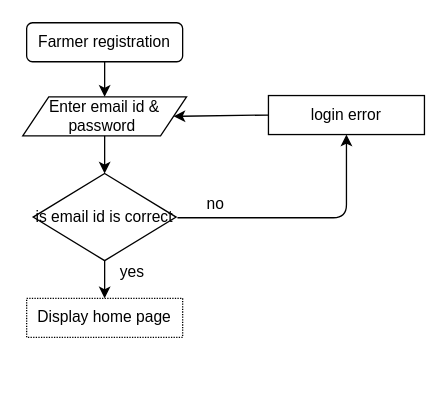
parth5757/8_number_puzzle keeps this draw.io diagram as Untitled Diagram.drawio. Above is the earlier version. Source tidied: cells renumbered, new cells numbered last; positions are measured from the earlier drawing's top-left corner, leaving out a move shared by most shapes. Both pictures are drawn from the tidied source at 130%, with x=0, y=0 at pixel (22, 22).
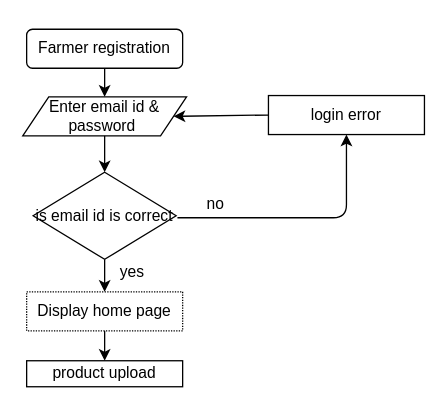
After the change.

Change to the diagram source:
```diff
@@
 <mxGraphModel>
   <root>
     <mxCell id="0" />
     <mxCell id="1" parent="0" />
     <mxCell id="2" value="Farmer registration" style="rounded=1;whiteSpace=wrap;html=1;fontSize=12;glass=0;strokeWidth=1;shadow=0;" parent="1" vertex="1">
-      <mxGeometry x="3" width="120" height="30" as="geometry" />
+      <mxGeometry x="3" y="5" width="120" height="30" as="geometry" />
     </mxCell>
     <mxCell id="3" value="&lt;span&gt;Enter email id &amp;amp; password&amp;nbsp;&lt;/span&gt;" style="shape=parallelogram;perimeter=parallelogramPerimeter;whiteSpace=wrap;html=1;fixedSize=1;" parent="1" vertex="1">
       <mxGeometry y="57" width="126" height="30" as="geometry" />
     </mxCell>
     <mxCell id="4" style="edgeStyle=orthogonalEdgeStyle;rounded=0;orthogonalLoop=1;jettySize=auto;html=1;exitX=0.5;exitY=1;exitDx=0;exitDy=0;" parent="1" edge="1" source="3" target="3">
       <mxGeometry relative="1" as="geometry" />
     </mxCell>
     <mxCell id="5" style="edgeStyle=orthogonalEdgeStyle;rounded=0;jettySize=auto;html=1;exitX=0.5;exitY=1;exitDx=0;exitDy=0;entryX=0.5;entryY=0;entryDx=0;entryDy=0;" parent="1" edge="1" source="8" target="6">
       <mxGeometry relative="1" as="geometry" />
     </mxCell>
     <mxCell id="6" value="Display home page" style="rounded=0;whiteSpace=wrap;html=1;dashed=1;dashPattern=1 1;" parent="1" vertex="1">
-      <mxGeometry x="3" y="212" width="120" height="30" as="geometry" />
+      <mxGeometry x="3" y="207" width="120" height="30" as="geometry" />
     </mxCell>
     <mxCell id="7" style="endArrow=classic;html=1;exitX=0.5;exitY=1;exitDx=0;exitDy=0;entryX=0.5;entryY=0;entryDx=0;entryDy=0;" parent="1" edge="1" source="3" target="8">
       <mxGeometry relative="1" as="geometry" />
     </mxCell>
     <mxCell id="8" value="is email id is correct" style="rhombus;whiteSpace=wrap;html=1;" parent="1" vertex="1">
-      <mxGeometry x="8" y="116" width="110" height="67" as="geometry" />
+      <mxGeometry x="8" y="115" width="110" height="67" as="geometry" />
     </mxCell>
     <mxCell id="9" style="endArrow=classic;html=1;entryX=0.5;entryY=1;entryDx=0;entryDy=0;" parent="1" edge="1" target="10">
       <mxGeometry relative="1" as="geometry">
         <mxPoint x="119" y="150" as="sourcePoint" />
         <Array as="points">
           <mxPoint x="249" y="150" />
         </Array>
       </mxGeometry>
     </mxCell>
     <mxCell id="10" value="login error" style="rounded=0;whiteSpace=wrap;html=1;" parent="1" vertex="1">
       <mxGeometry x="189" y="56" width="120" height="30" as="geometry" />
     </mxCell>
     <mxCell id="11" style="endArrow=classic;html=1;exitX=0;exitY=0.5;exitDx=0;exitDy=0;entryX=1;entryY=0.5;entryDx=0;entryDy=0;" parent="1" edge="1" source="10" target="3">
       <mxGeometry relative="1" as="geometry" />
     </mxCell>
     <mxCell id="12" value="no&lt;br&gt;" style="text;html=1;align=center;verticalAlign=middle;strokeColor=none;" parent="1" vertex="1">
       <mxGeometry x="133" y="130" width="30" height="20" as="geometry" />
     </mxCell>
     <mxCell id="13" style="endArrow=classic;html=1;exitX=0.5;exitY=1;exitDx=0;exitDy=0;entryX=0.5;entryY=0;entryDx=0;entryDy=0;" parent="1" edge="1" source="2" target="3">
       <mxGeometry relative="1" as="geometry" />
     </mxCell>
     <mxCell id="14" value="yes" style="text;html=1;align=center;verticalAlign=middle;strokeColor=none;" parent="1" vertex="1">
       <mxGeometry x="69" y="182" width="30" height="20" as="geometry" />
     </mxCell>
+    <mxCell id="15" value="product upload" style="rounded=0;whiteSpace=wrap;html=1;" parent="1" vertex="1">
+      <mxGeometry x="3" y="260" width="120" height="20" as="geometry" />
+    </mxCell>
+    <mxCell id="16" style="endArrow=classic;html=1;exitX=0.5;exitY=1;exitDx=0;exitDy=0;" parent="1" edge="1" source="6" target="15">
+      <mxGeometry relative="1" as="geometry" />
+    </mxCell>
   </root>
 </mxGraphModel>
```
